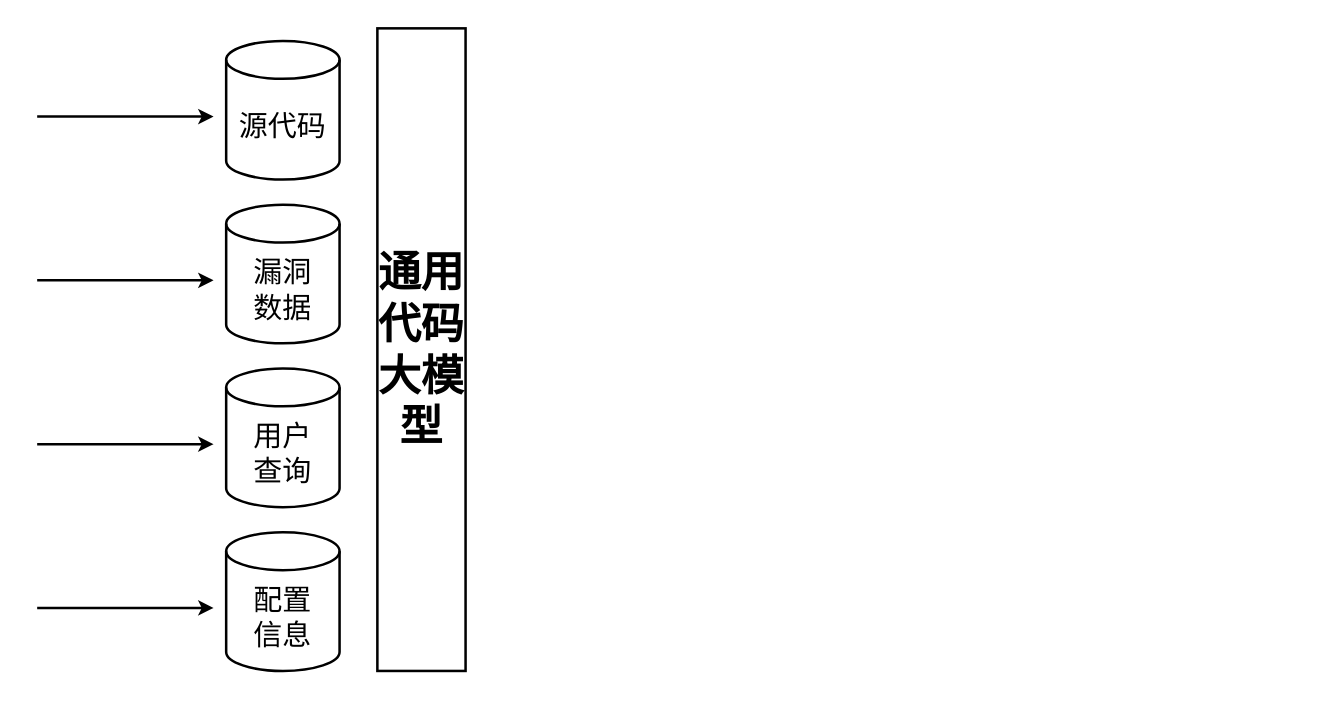
Before: 软件业务流程图.drawio in LovenSar/-, a draw.io diagram. Source tidied: cells renumbered, new cells numbered last; positions are measured from the earlier drawing's top-left corner, leaving out a move shared by most shapes. Both pictures are drawn from the tidied source at 126%, with x=0, y=0 at pixel (37, 28).
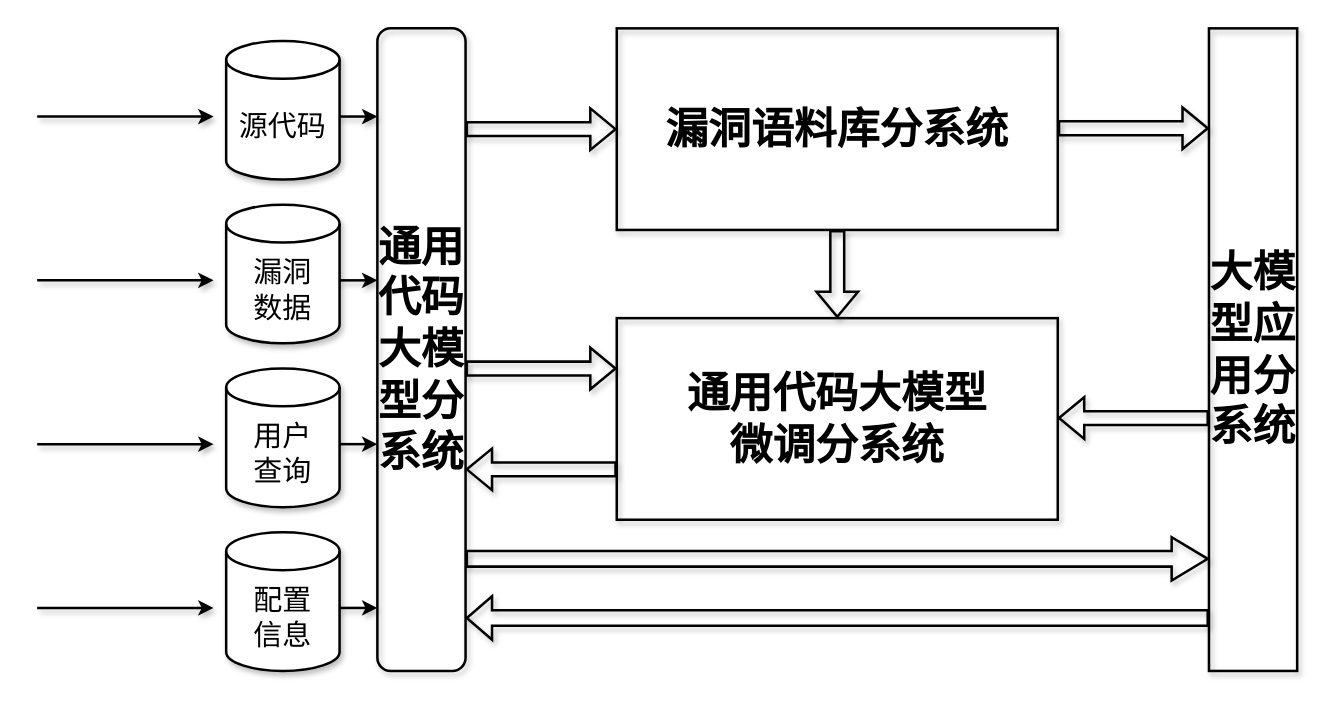
After the change.

Commit message (it also covers changes not shown here):
更新软件业务流程图.drawio

The edit, as a diff of the source:
```diff
@@
-    <mxCell id="2" value="源代码" style="shape=cylinder3;whiteSpace=wrap;html=1;boundedLbl=1;backgroundOutline=1;size=15;strokeWidth=2;fontFamily=宋体;fontSize=23;" parent="1" vertex="1">
+    <mxCell id="2" value="源代码" style="shape=cylinder3;whiteSpace=wrap;html=1;boundedLbl=1;backgroundOutline=1;size=15;strokeWidth=2;fontFamily=宋体;fontSize=23;shadow=1;" parent="1" vertex="1">
       <mxGeometry x="150" y="10" width="90" height="110" as="geometry" />
     </mxCell>
-    <mxCell id="3" style="endArrow=classic;html=1;rounded=0;strokeWidth=2;" parent="1" edge="1">
+    <mxCell id="3" style="endArrow=classic;html=1;rounded=0;strokeWidth=2;shadow=1;" parent="1" edge="1">
       <mxGeometry relative="1" as="geometry">
         <mxPoint y="70" as="sourcePoint" />
         <mxPoint x="140" y="70" as="targetPoint" />
       </mxGeometry>
     </mxCell>
-    <mxCell id="4" value="漏洞&lt;div&gt;数据&lt;/div&gt;" style="shape=cylinder3;whiteSpace=wrap;html=1;boundedLbl=1;backgroundOutline=1;size=15;strokeWidth=2;fontFamily=宋体;fontSize=23;" parent="1" vertex="1">
+    <mxCell id="4" value="漏洞&lt;div&gt;数据&lt;/div&gt;" style="shape=cylinder3;whiteSpace=wrap;html=1;boundedLbl=1;backgroundOutline=1;size=15;strokeWidth=2;fontFamily=宋体;fontSize=23;shadow=1;" parent="1" vertex="1">
       <mxGeometry x="150" y="140" width="90" height="110" as="geometry" />
     </mxCell>
-    <mxCell id="5" style="endArrow=classic;html=1;rounded=0;strokeWidth=2;" parent="1" edge="1">
+    <mxCell id="5" style="endArrow=classic;html=1;rounded=0;strokeWidth=2;shadow=1;" parent="1" edge="1">
       <mxGeometry relative="1" as="geometry">
         <mxPoint y="200" as="sourcePoint" />
         <mxPoint x="140" y="200" as="targetPoint" />
       </mxGeometry>
     </mxCell>
-    <mxCell id="6" value="用户&lt;div&gt;查询&lt;/div&gt;" style="shape=cylinder3;whiteSpace=wrap;html=1;boundedLbl=1;backgroundOutline=1;size=15;strokeWidth=2;fontFamily=宋体;fontSize=23;" parent="1" vertex="1">
+    <mxCell id="6" value="用户&lt;div&gt;查询&lt;/div&gt;" style="shape=cylinder3;whiteSpace=wrap;html=1;boundedLbl=1;backgroundOutline=1;size=15;strokeWidth=2;fontFamily=宋体;fontSize=23;shadow=1;" parent="1" vertex="1">
       <mxGeometry x="150" y="270" width="90" height="110" as="geometry" />
     </mxCell>
-    <mxCell id="7" style="endArrow=classic;html=1;rounded=0;strokeWidth=2;" parent="1" edge="1">
+    <mxCell id="7" style="endArrow=classic;html=1;rounded=0;strokeWidth=2;shadow=1;" parent="1" edge="1">
       <mxGeometry relative="1" as="geometry">
         <mxPoint y="330" as="sourcePoint" />
         <mxPoint x="140" y="330" as="targetPoint" />
       </mxGeometry>
     </mxCell>
-    <mxCell id="8" value="配置&lt;div&gt;信息&lt;/div&gt;" style="shape=cylinder3;whiteSpace=wrap;html=1;boundedLbl=1;backgroundOutline=1;size=15;strokeWidth=2;fontFamily=宋体;fontSize=23;" parent="1" vertex="1">
+    <mxCell id="8" value="配置&lt;div&gt;信息&lt;/div&gt;" style="shape=cylinder3;whiteSpace=wrap;html=1;boundedLbl=1;backgroundOutline=1;size=15;strokeWidth=2;fontFamily=宋体;fontSize=23;shadow=1;" parent="1" vertex="1">
       <mxGeometry x="150" y="400" width="90" height="110" as="geometry" />
     </mxCell>
-    <mxCell id="9" style="endArrow=classic;html=1;rounded=0;strokeWidth=2;" parent="1" edge="1">
+    <mxCell id="9" style="endArrow=classic;html=1;rounded=0;strokeWidth=2;shadow=1;" parent="1" edge="1">
       <mxGeometry relative="1" as="geometry">
         <mxPoint y="460" as="sourcePoint" />
         <mxPoint x="140" y="460" as="targetPoint" />
       </mxGeometry>
     </mxCell>
-    <mxCell id="10" value="通用代码大模型" style="rounded=0;whiteSpace=wrap;html=1;strokeWidth=2;fillColor=none;fontSize=34;fontFamily=宋体;fontStyle=1;" parent="1" vertex="1">
+    <mxCell id="10" value="通用代码大模型分系统" style="rounded=1;whiteSpace=wrap;html=1;strokeWidth=2;fillColor=none;fontSize=34;fontFamily=宋体;fontStyle=1;shadow=1;glass=1;" parent="1" vertex="1">
       <mxGeometry x="270" width="70" height="510" as="geometry" />
     </mxCell>
+    <mxCell id="11" value="大模型应用分系统" style="rounded=0;whiteSpace=wrap;html=1;strokeWidth=2;fillColor=none;fontSize=34;fontFamily=宋体;fontStyle=1;shadow=1;" parent="1" vertex="1">
+      <mxGeometry x="930" width="70" height="510" as="geometry" />
+    </mxCell>
+    <mxCell id="12" value="漏洞语料库分系统" style="rounded=0;whiteSpace=wrap;html=1;strokeWidth=2;fillColor=none;fontSize=34;fontFamily=宋体;fontStyle=1;shadow=1;" parent="1" vertex="1">
+      <mxGeometry x="460" width="350" height="160" as="geometry" />
+    </mxCell>
+    <mxCell id="13" value="通用代码大模型&lt;br&gt;微调分系统" style="rounded=0;whiteSpace=wrap;html=1;strokeWidth=2;fillColor=none;fontSize=34;fontFamily=宋体;fontStyle=1;shadow=1;" parent="1" vertex="1">
+      <mxGeometry x="460" y="230" width="350" height="160" as="geometry" />
+    </mxCell>
+    <mxCell id="14" style="shape=flexArrow;endArrow=classic;html=1;rounded=0;strokeWidth=2;shadow=1;" parent="1" edge="1" target="12">
+      <mxGeometry relative="1" as="geometry">
+        <mxPoint x="340" y="80" as="sourcePoint" />
+      </mxGeometry>
+    </mxCell>
+    <mxCell id="15" style="shape=flexArrow;endArrow=classic;html=1;rounded=0;strokeWidth=2;shadow=1;" parent="1" edge="1">
+      <mxGeometry relative="1" as="geometry">
+        <mxPoint x="340" y="270" as="sourcePoint" />
+        <mxPoint x="460" y="270" as="targetPoint" />
+      </mxGeometry>
+    </mxCell>
+    <mxCell id="16" style="shape=flexArrow;endArrow=none;html=1;rounded=0;strokeWidth=2;endFill=0;startArrow=block;shadow=1;" parent="1" edge="1">
+      <mxGeometry relative="1" as="geometry">
+        <mxPoint x="340" y="350" as="sourcePoint" />
+        <mxPoint x="460" y="350" as="targetPoint" />
+      </mxGeometry>
+    </mxCell>
+    <mxCell id="17" style="shape=flexArrow;endArrow=classic;html=1;rounded=0;strokeWidth=2;entryX=0.5;entryY=0;entryDx=0;entryDy=0;exitX=0.5;exitY=1;exitDx=0;exitDy=0;shadow=1;" parent="1" edge="1" source="12" target="13">
+      <mxGeometry relative="1" as="geometry" />
+    </mxCell>
+    <mxCell id="18" style="shape=flexArrow;endArrow=classic;html=1;rounded=0;strokeWidth=2;exitX=1;exitY=1;exitDx=0;exitDy=0;width=11.428571428571429;endSize=8.871428571428572;entryX=0;entryY=1;entryDx=0;entryDy=0;shadow=1;" parent="1" edge="1">
+      <mxGeometry relative="1" as="geometry">
+        <mxPoint x="340" y="421" as="sourcePoint" />
+        <mxPoint x="930" y="421" as="targetPoint" />
+      </mxGeometry>
+    </mxCell>
+    <mxCell id="19" style="shape=flexArrow;endArrow=classic;html=1;rounded=0;strokeWidth=2;shadow=1;" parent="1" edge="1">
+      <mxGeometry relative="1" as="geometry">
+        <mxPoint x="810" y="79.3" as="sourcePoint" />
+        <mxPoint x="930" y="79.3" as="targetPoint" />
+      </mxGeometry>
+    </mxCell>
+    <mxCell id="20" style="shape=flexArrow;endArrow=none;html=1;rounded=0;strokeWidth=2;endFill=0;startArrow=block;shadow=1;" parent="1" edge="1">
+      <mxGeometry relative="1" as="geometry">
+        <mxPoint x="810" y="309.3" as="sourcePoint" />
+        <mxPoint x="930" y="309.3" as="targetPoint" />
+      </mxGeometry>
+    </mxCell>
+    <mxCell id="21" style="shape=flexArrow;endArrow=none;html=1;rounded=0;strokeWidth=2;exitX=1;exitY=1;exitDx=0;exitDy=0;width=11.428571428571429;endSize=8.871428571428572;entryX=0;entryY=1;entryDx=0;entryDy=0;endFill=0;startArrow=block;shadow=1;" parent="1" edge="1">
+      <mxGeometry relative="1" as="geometry">
+        <mxPoint x="340" y="468" as="sourcePoint" />
+        <mxPoint x="930" y="468" as="targetPoint" />
+      </mxGeometry>
+    </mxCell>
+    <mxCell id="22" style="endArrow=classic;html=1;rounded=0;strokeWidth=2;shadow=1;" parent="1" edge="1">
+      <mxGeometry relative="1" as="geometry">
+        <mxPoint x="240" y="70" as="sourcePoint" />
+        <mxPoint x="270" y="70" as="targetPoint" />
+      </mxGeometry>
+    </mxCell>
+    <mxCell id="23" style="endArrow=classic;html=1;rounded=0;strokeWidth=2;shadow=1;" parent="1" edge="1">
+      <mxGeometry relative="1" as="geometry">
+        <mxPoint x="240" y="200" as="sourcePoint" />
+        <mxPoint x="270" y="200" as="targetPoint" />
+      </mxGeometry>
+    </mxCell>
+    <mxCell id="24" style="endArrow=classic;html=1;rounded=0;strokeWidth=2;shadow=1;" parent="1" edge="1">
+      <mxGeometry relative="1" as="geometry">
+        <mxPoint x="240" y="330" as="sourcePoint" />
+        <mxPoint x="270" y="330" as="targetPoint" />
+      </mxGeometry>
+    </mxCell>
+    <mxCell id="25" style="endArrow=classic;html=1;rounded=0;strokeWidth=2;shadow=1;" parent="1" edge="1">
+      <mxGeometry relative="1" as="geometry">
+        <mxPoint x="240" y="460" as="sourcePoint" />
+        <mxPoint x="270" y="460" as="targetPoint" />
+      </mxGeometry>
+    </mxCell>
```
